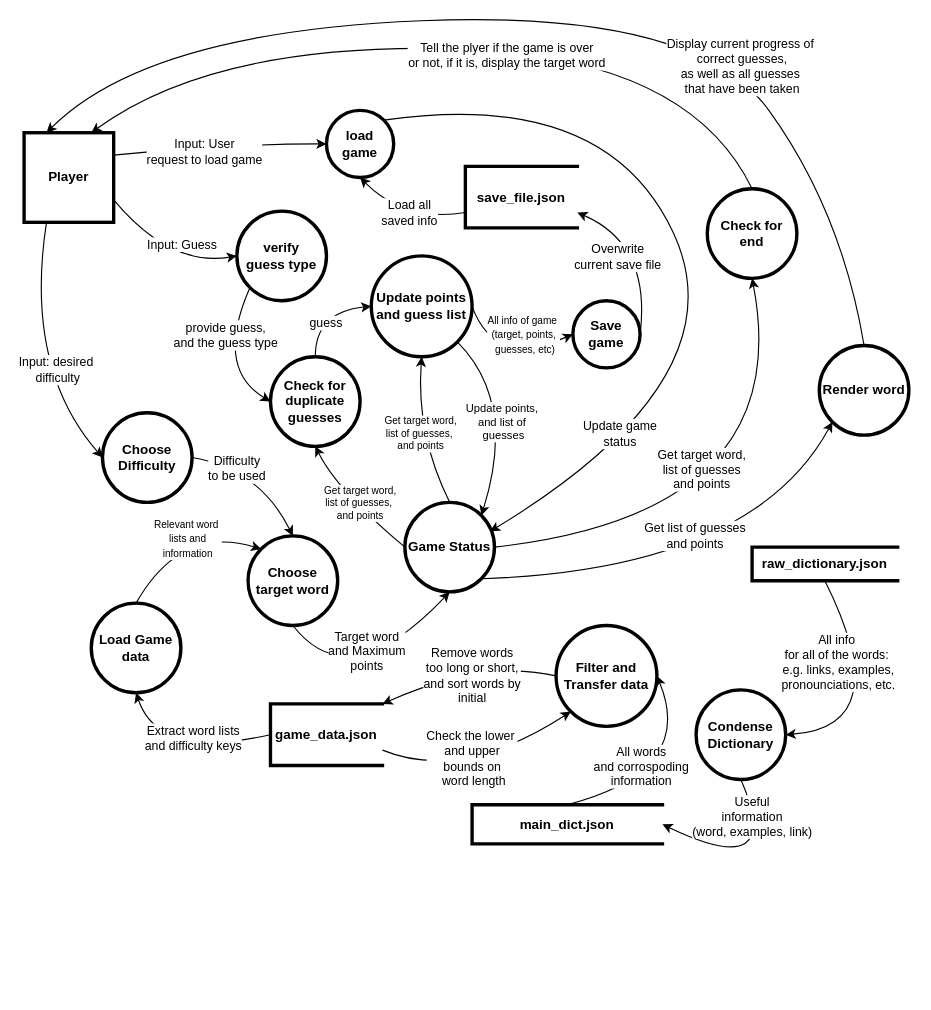
Earlier version of the draw.io diagram Software SCHOOL/Stream 2/Hangman Stream 2/Hangman DFD.drawio (Tinor2/Python-and-software). Source tidied: cells renumbered, new cells numbered last; positions are measured from the earlier drawing's top-left corner, leaving out a move shared by most shapes. Both pictures are drawn from the tidied source at 112%, with x=0, y=0 at pixel (24, 9).
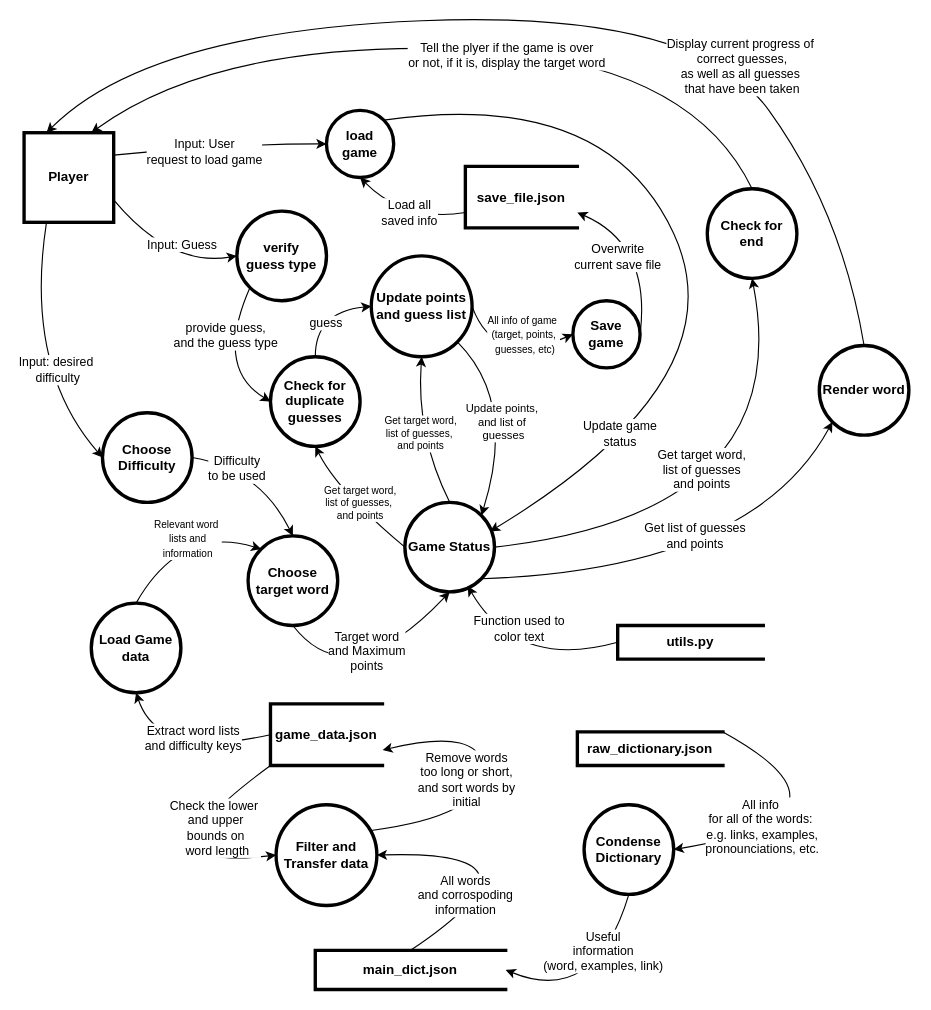
Above is the later version.

Commit message:
Added utils.py, which attatches to the _init_ process of the hangman class

The change refers to these unchanged cells:
```xml
<mxCell id="7" value="Game Status" style="ellipse;whiteSpace=wrap;html=1;fontStyle=1;fillColor=light-dark(#FFFFFF,#FF66B3);strokeWidth=3;" parent="1" vertex="1">
  <mxGeometry x="340" y="440" width="80" height="80" as="geometry" />
</mxCell>
<mxCell id="8" value="game_data.json" style="html=1;dashed=0;whiteSpace=wrap;shape=partialRectangle;right=0;fontStyle=1;strokeColor=light-dark(#000000,#FFFFFF);fillColor=light-dark(#FFFFFF,#B266FF);strokeWidth=3;" parent="1" vertex="1">
  <mxGeometry x="220" y="620" width="100" height="55" as="geometry" />
</mxCell>
```

Change to the diagram source:
```diff
@@
     <mxCell id="56" value="raw_dictionary.json" style="html=1;dashed=0;whiteSpace=wrap;shape=partialRectangle;right=0;fontStyle=1;fillColor=light-dark(#FFFFFF,#6666FF);strokeWidth=3;" parent="1" vertex="1">
-      <mxGeometry x="650" y="480" width="130" height="30" as="geometry" />
+      <mxGeometry x="494" y="645" width="130" height="30" as="geometry" />
     </mxCell>
     <mxCell id="57" value="Condense&lt;div&gt;Dictionary&lt;/div&gt;" style="ellipse;whiteSpace=wrap;html=1;fontStyle=1;fillColor=light-dark(#FFFFFF,#6666FF);strokeWidth=3;" parent="1" vertex="1">
-      <mxGeometry x="600" y="607.5" width="80" height="80" as="geometry" />
+      <mxGeometry x="500" y="710" width="80" height="80" as="geometry" />
     </mxCell>
-    <mxCell id="58" style="curved=1;endArrow=classic;html=1;rounded=0;entryX=1;entryY=0.5;entryDx=0;entryDy=0;exitX=0.5;exitY=1;exitDx=0;exitDy=0;" parent="1" edge="1" source="56" target="57">
+    <mxCell id="58" style="curved=1;endArrow=classic;html=1;rounded=0;entryX=1;entryY=0.5;entryDx=0;entryDy=0;exitX=1;exitY=0;exitDx=0;exitDy=0;" parent="1" edge="1" source="56" target="57">
       <mxGeometry relative="1" as="geometry">
         <Array as="points">
-          <mxPoint x="780" y="640" />
+          <mxPoint x="760" y="720" />
         </Array>
       </mxGeometry>
     </mxCell>
     <mxCell id="59" value="All info&amp;nbsp;&lt;div&gt;for all of the words:&amp;nbsp;&lt;/div&gt;&lt;div&gt;e.g. links, examples,&lt;div&gt;pronounciations, etc.&lt;/div&gt;&lt;/div&gt;" style="edgeLabel;html=1;align=center;verticalAlign=middle;" parent="58" vertex="1">
       <mxGeometry x="-0.27" y="-16" relative="1" as="geometry">
-        <mxPoint x="-14" y="-15" as="offset" />
+        <mxPoint x="-65" y="11" as="offset" />
       </mxGeometry>
     </mxCell>
     <mxCell id="60" value="main_dict.json" style="html=1;dashed=0;whiteSpace=wrap;shape=partialRectangle;right=0;fontStyle=1;fillColor=light-dark(#FFFFFF,#6666FF);strokeWidth=3;" parent="1" vertex="1">
-      <mxGeometry x="400" y="710" width="170" height="35" as="geometry" />
+      <mxGeometry x="260" y="840" width="170" height="35" as="geometry" />
     </mxCell>
     <mxCell id="61" style="curved=1;endArrow=classic;html=1;rounded=0;entryX=1;entryY=0.5;entryDx=0;entryDy=0;exitX=0.5;exitY=1;exitDx=0;exitDy=0;" parent="1" edge="1" source="57" target="60">
       <mxGeometry relative="1" as="geometry">
         <Array as="points">
-          <mxPoint x="680" y="780" />
+          <mxPoint x="510" y="890" />
         </Array>
       </mxGeometry>
     </mxCell>
     <mxCell id="62" value="Useful&lt;div&gt;information&lt;/div&gt;&lt;div&gt;(word, examples, link)&lt;/div&gt;" style="edgeLabel;html=1;align=center;verticalAlign=middle;" parent="61" vertex="1">
       <mxGeometry x="0.42" y="-15" relative="1" as="geometry">
-        <mxPoint x="15" y="-21" as="offset" />
+        <mxPoint x="29" y="-24" as="offset" />
       </mxGeometry>
     </mxCell>
     <mxCell id="63" value="Filter and&lt;div&gt;Transfer data&lt;/div&gt;" style="ellipse;whiteSpace=wrap;html=1;fontStyle=1;fillColor=light-dark(#FFFFFF,#6666FF);strokeWidth=3;" parent="1" vertex="1">
-      <mxGeometry x="475" y="550" width="90" height="90" as="geometry" />
+      <mxGeometry x="225" y="710" width="90" height="90" as="geometry" />
     </mxCell>
     <mxCell id="64" style="curved=1;endArrow=classic;html=1;rounded=0;exitX=0.5;exitY=0;exitDx=0;exitDy=0;entryX=1;entryY=0.5;entryDx=0;entryDy=0;" parent="1" edge="1" source="60" target="63">
       <mxGeometry relative="1" as="geometry">
         <Array as="points">
-          <mxPoint x="600" y="680" />
+          <mxPoint x="480" y="750" />
         </Array>
       </mxGeometry>
     </mxCell>
     <mxCell id="65" value="All words&lt;div&gt;and corrospoding&lt;/div&gt;&lt;div&gt;information&lt;/div&gt;" style="edgeLabel;html=1;align=center;verticalAlign=middle;" parent="64" vertex="1">
       <mxGeometry x="-0.35" y="13" relative="1" as="geometry">
-        <mxPoint x="2" y="-5" as="offset" />
+        <mxPoint x="-32" y="20" as="offset" />
       </mxGeometry>
     </mxCell>
-    <mxCell id="66" style="curved=1;endArrow=classic;html=1;rounded=0;entryX=1;entryY=0;entryDx=0;entryDy=0;exitX=0;exitY=0.5;exitDx=0;exitDy=0;" parent="1" edge="1" source="63" target="8">
+    <mxCell id="66" style="curved=1;endArrow=classic;html=1;rounded=0;entryX=1;entryY=0.75;entryDx=0;entryDy=0;exitX=0.944;exitY=0.256;exitDx=0;exitDy=0;exitPerimeter=0;" parent="1" edge="1" source="63" target="8">
       <mxGeometry relative="1" as="geometry">
         <Array as="points">
-          <mxPoint x="410" y="580" />
+          <mxPoint x="410" y="720" />
+          <mxPoint x="410" y="640" />
         </Array>
       </mxGeometry>
     </mxCell>
     <mxCell id="67" value="Remove words&lt;div&gt;too long or short,&lt;/div&gt;&lt;div&gt;and sort words by&lt;/div&gt;&lt;div&gt;initial&lt;/div&gt;" style="edgeLabel;html=1;align=center;verticalAlign=middle;" parent="66" vertex="1">
       <mxGeometry x="-0.02" y="14" relative="1" as="geometry">
-        <mxPoint x="-3" y="-4" as="offset" />
+        <mxPoint x="-2" y="1" as="offset" />
       </mxGeometry>
     </mxCell>
-    <mxCell id="68" style="curved=1;endArrow=classic;html=1;rounded=0;exitX=1;exitY=0.75;exitDx=0;exitDy=0;entryX=0;entryY=1;entryDx=0;entryDy=0;" parent="1" edge="1" source="8" target="63">
+    <mxCell id="68" style="curved=1;endArrow=classic;html=1;rounded=0;exitX=0;exitY=1;exitDx=0;exitDy=0;entryX=0;entryY=0.5;entryDx=0;entryDy=0;" parent="1" edge="1" source="8" target="63">
       <mxGeometry relative="1" as="geometry">
         <Array as="points">
-          <mxPoint x="390" y="690" />
+          <mxPoint x="90" y="770" />
         </Array>
       </mxGeometry>
     </mxCell>
     <mxCell id="69" value="Check the lower&amp;nbsp;&lt;div&gt;and upper&lt;div&gt;bounds on&lt;/div&gt;&lt;div&gt;&amp;nbsp;word length&lt;/div&gt;&lt;/div&gt;" style="edgeLabel;html=1;align=center;verticalAlign=middle;" parent="68" vertex="1">
       <mxGeometry x="-0.03" y="15" relative="1" as="geometry">
-        <mxPoint x="3" as="offset" />
+        <mxPoint x="58" y="-42" as="offset" />
       </mxGeometry>
     </mxCell>
+    <mxCell id="70" value="utils.py" style="html=1;dashed=0;whiteSpace=wrap;shape=partialRectangle;right=0;fontStyle=1;fillColor=light-dark(#FFFFFF, #ff66b3);strokeWidth=3;" parent="1" vertex="1">
+      <mxGeometry x="530" y="550" width="130" height="30" as="geometry" />
+    </mxCell>
+    <mxCell id="71" style="curved=1;endArrow=classic;html=1;rounded=0;entryX=0.702;entryY=0.935;entryDx=0;entryDy=0;entryPerimeter=0;exitX=0;exitY=0.5;exitDx=0;exitDy=0;" parent="1" edge="1" source="70" target="7">
+      <mxGeometry relative="1" as="geometry">
+        <Array as="points">
+          <mxPoint x="440" y="590" />
+        </Array>
+      </mxGeometry>
+    </mxCell>
+    <mxCell id="72" value="Function used to&lt;div&gt;color text&lt;/div&gt;" style="edgeLabel;html=1;align=center;verticalAlign=middle;" parent="71" vertex="1">
+      <mxGeometry x="0.39" y="-20" relative="1" as="geometry" />
+    </mxCell>
```
